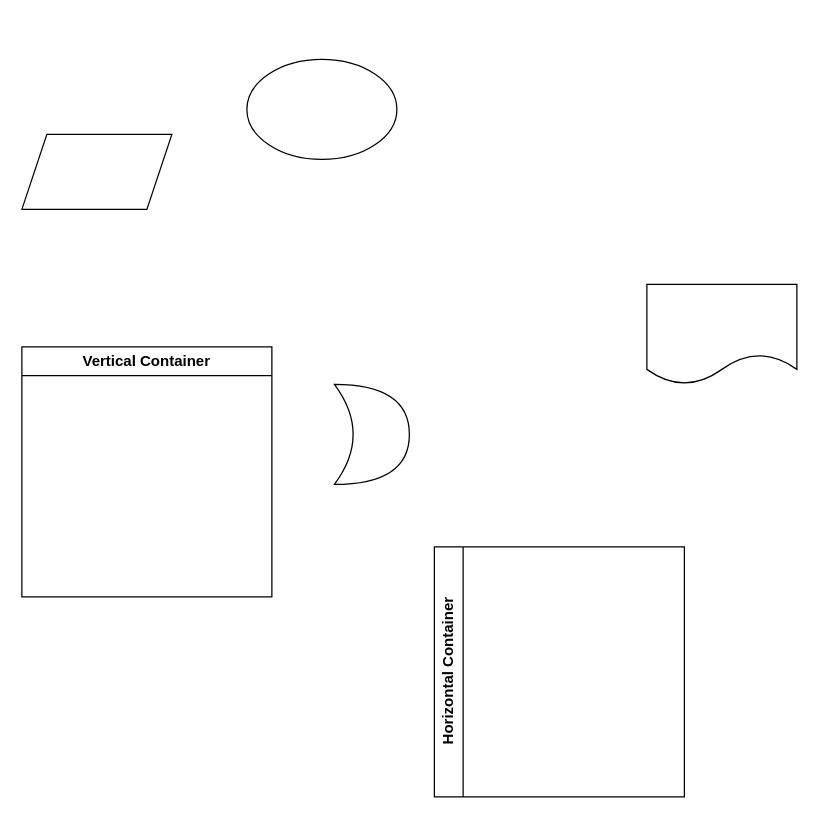
Earlier version of the draw.io diagram 未命名绘图.drawio (Yaozongbin0828/UMLetDraw). Source tidied: cells renumbered, new cells numbered last; positions are measured from the earlier drawing's top-left corner, leaving out a move shared by most shapes. Both pictures are drawn from the tidied source at 125%, with x=0, y=0 at pixel (21, 59).
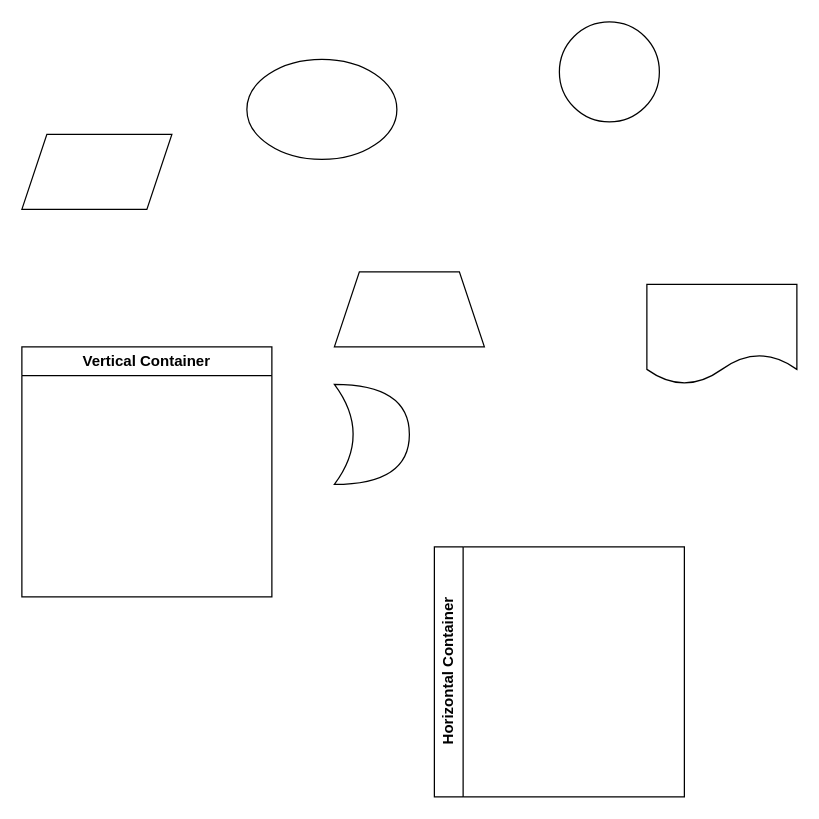
The same diagram, later.

Commit message:
更新未命名绘图.drawio

The edit, as a diff of the source:
```diff
@@
 <mxGraphModel>
   <root>
     <mxCell id="0" />
     <mxCell id="1" parent="0" />
     <mxCell id="2" style="shape=document;whiteSpace=wrap;html=1;boundedLbl=1;" parent="1" vertex="1">
       <mxGeometry x="500" y="180" width="120" height="80" as="geometry" />
     </mxCell>
     <mxCell id="3" style="shape=parallelogram;perimeter=parallelogramPerimeter;whiteSpace=wrap;html=1;fixedSize=1;" parent="1" vertex="1">
       <mxGeometry y="60" width="120" height="60" as="geometry" />
     </mxCell>
     <mxCell id="4" style="ellipse;whiteSpace=wrap;html=1;" parent="1" vertex="1">
       <mxGeometry x="180" width="120" height="80" as="geometry" />
     </mxCell>
     <mxCell id="5" value="Horizontal Container" style="swimlane;horizontal=0;whiteSpace=wrap;html=1;" parent="1" vertex="1">
       <mxGeometry x="330" y="390" width="200" height="200" as="geometry" />
     </mxCell>
     <mxCell id="6" style="shape=xor;whiteSpace=wrap;html=1;" parent="1" vertex="1">
       <mxGeometry x="250" y="260" width="60" height="80" as="geometry" />
     </mxCell>
     <mxCell id="7" value="Vertical Container" style="swimlane;whiteSpace=wrap;html=1;" parent="1" vertex="1">
       <mxGeometry y="230" width="200" height="200" as="geometry" />
     </mxCell>
+    <mxCell id="8" style="shape=trapezoid;perimeter=trapezoidPerimeter;whiteSpace=wrap;html=1;fixedSize=1;" parent="1" vertex="1">
+      <mxGeometry x="250" y="170" width="120" height="60" as="geometry" />
+    </mxCell>
+    <mxCell id="9" style="ellipse;whiteSpace=wrap;html=1;" parent="1" vertex="1">
+      <mxGeometry x="430" y="-30" width="80" height="80" as="geometry" />
+    </mxCell>
   </root>
 </mxGraphModel>
```
